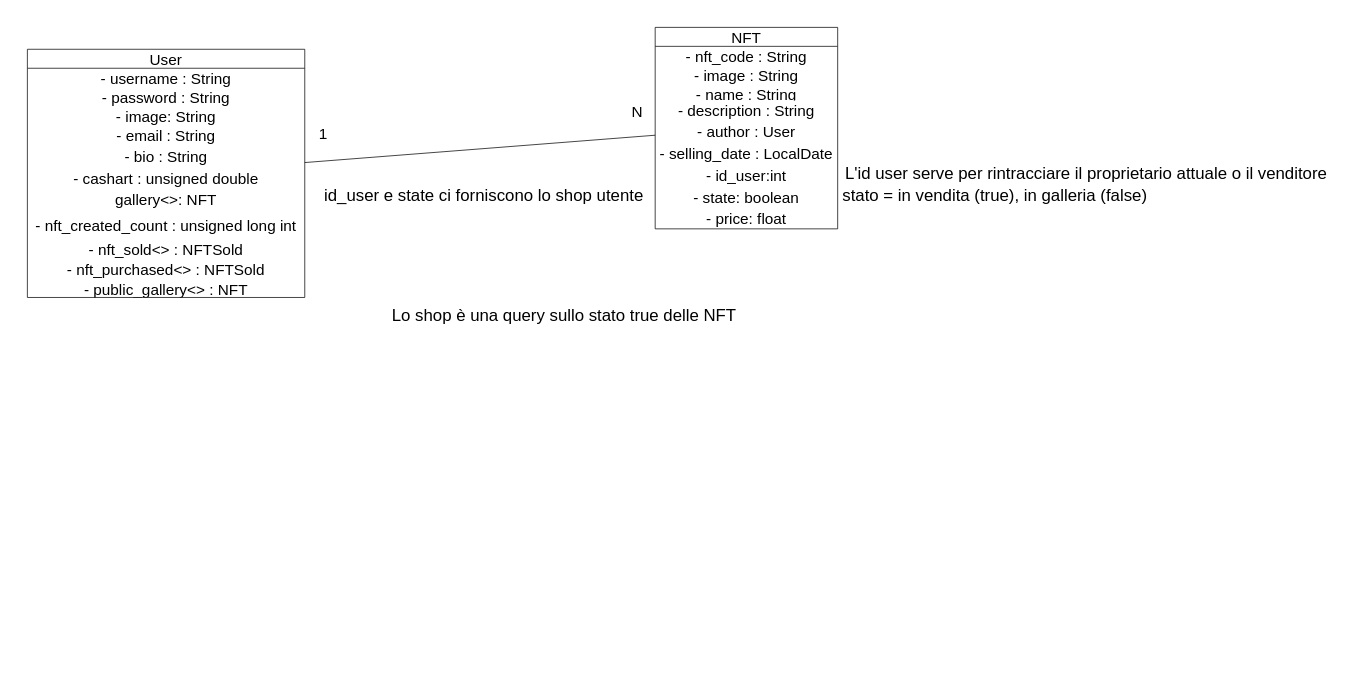
Earlier version of the draw.io diagram Documentazione/ServerDB.drawio (Pietroalex/Compravendita_NFT). Source tidied: cells renumbered, new cells numbered last; positions are measured from the earlier drawing's top-left corner, leaving out a move shared by most shapes. Both pictures are drawn from the tidied source at 73%, with x=0, y=0 at pixel (27, 27).
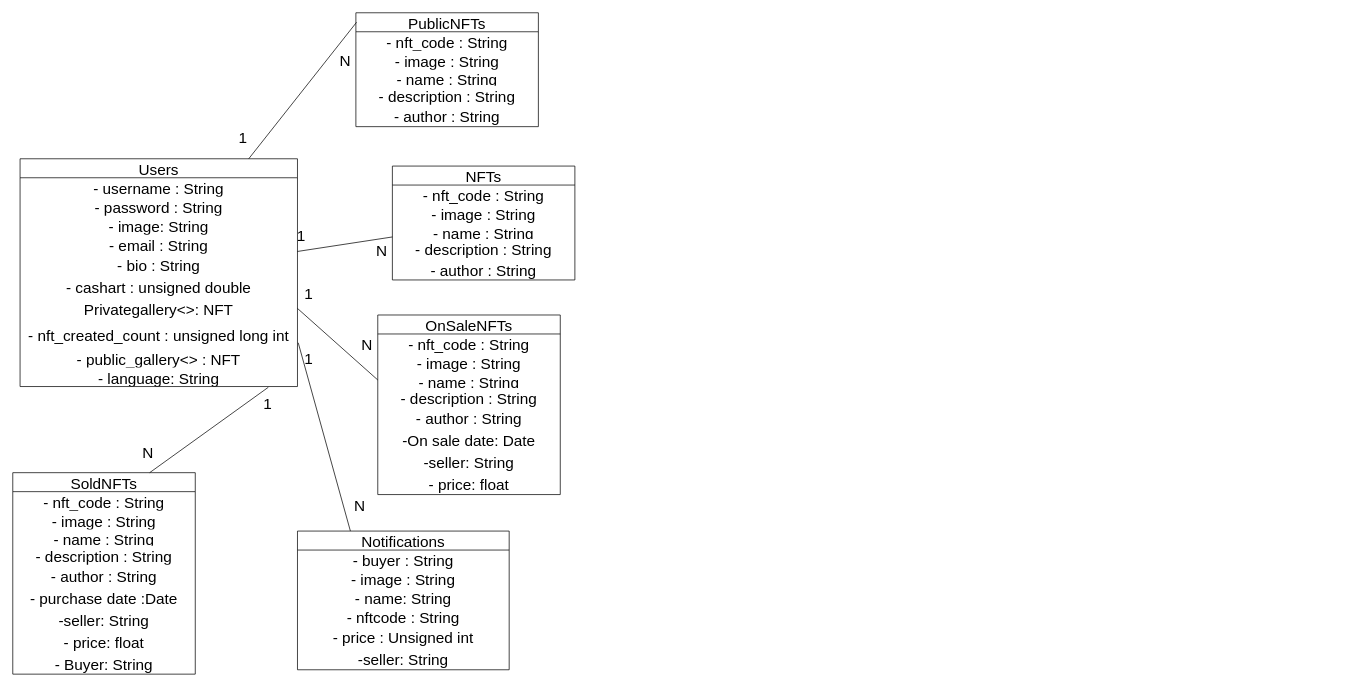
Above is the later version.

Diff of the diagram source:
```diff
@@
-    <mxCell id="2" value="User" style="swimlane;fontStyle=0;horizontal=1;startSize=26;fillColor=none;fontSize=21;labelPosition=center;verticalLabelPosition=middle;align=center;verticalAlign=middle;swimlaneLine=1;glass=0;rounded=0;shadow=0;sketch=0;spacing=2;" parent="1" vertex="1">
-      <mxGeometry y="30" width="380" height="340" as="geometry" />
+    <mxCell id="2" value="Users" style="swimlane;fontStyle=0;horizontal=1;startSize=26;fillColor=none;fontSize=21;labelPosition=center;verticalLabelPosition=middle;align=center;verticalAlign=middle;swimlaneLine=1;glass=0;rounded=0;shadow=0;sketch=0;spacing=2;" parent="1" vertex="1">
+      <mxGeometry x="-10" y="180" width="380" height="312" as="geometry" />
     </mxCell>
@@
-    <mxCell id="9" value="gallery&lt;&gt;: NFT" style="text;strokeColor=none;fillColor=none;spacingLeft=4;spacingRight=4;overflow=hidden;points=[[0,0.5],[1,0.5]];portConstraint=eastwest;fontSize=21;labelPosition=center;verticalLabelPosition=middle;align=center;verticalAlign=middle;swimlaneLine=1;glass=0;rounded=0;shadow=0;sketch=0;spacing=2;" parent="2" vertex="1">
+    <mxCell id="9" value="Privategallery&lt;&gt;: NFT" style="text;strokeColor=none;fillColor=none;spacingLeft=4;spacingRight=4;overflow=hidden;points=[[0,0.5],[1,0.5]];portConstraint=eastwest;fontSize=21;labelPosition=center;verticalLabelPosition=middle;align=center;verticalAlign=middle;swimlaneLine=1;glass=0;rounded=0;shadow=0;sketch=0;spacing=2;" parent="2" vertex="1">
       <mxGeometry y="190" width="380" height="30" as="geometry" />
     </mxCell>
@@
-    <mxCell id="11" value="- nft_sold&lt;&gt; : NFTSold" style="text;strokeColor=none;fillColor=none;align=center;verticalAlign=middle;spacingLeft=4;spacingRight=4;overflow=hidden;fontSize=21;labelPosition=center;verticalLabelPosition=middle;swimlaneLine=1;glass=0;rounded=0;shadow=0;sketch=0;spacing=2;" parent="2" vertex="1">
-      <mxGeometry y="260" width="380" height="26" as="geometry" />
-    </mxCell>
-    <mxCell id="12" value="- nft_purchased&lt;&gt; : NFTSold" style="text;strokeColor=none;fillColor=none;align=center;verticalAlign=middle;spacingLeft=4;spacingRight=4;overflow=hidden;fontSize=21;labelPosition=center;verticalLabelPosition=middle;swimlaneLine=1;glass=0;rounded=0;shadow=0;sketch=0;spacing=2;" parent="2" vertex="1">
-      <mxGeometry y="286" width="380" height="28" as="geometry" />
-    </mxCell>
     <mxCell id="13" value="- public_gallery&lt;&gt; : NFT" style="text;strokeColor=none;fillColor=none;align=center;verticalAlign=middle;spacingLeft=4;spacingRight=4;overflow=hidden;fontSize=21;labelPosition=center;verticalLabelPosition=middle;swimlaneLine=1;glass=0;rounded=0;shadow=0;sketch=0;spacing=2;" parent="2" vertex="1">
-      <mxGeometry y="314" width="380" height="26" as="geometry" />
+      <mxGeometry y="260" width="380" height="26" as="geometry" />
     </mxCell>
+    <mxCell id="31" value="- language: String" style="text;strokeColor=none;fillColor=none;align=center;verticalAlign=middle;spacingLeft=4;spacingRight=4;overflow=hidden;points=[[0,0.5],[1,0.5]];portConstraint=eastwest;fontSize=21;labelPosition=center;verticalLabelPosition=middle;swimlaneLine=1;glass=0;rounded=0;shadow=0;sketch=0;spacing=2;" parent="2" vertex="1">
+      <mxGeometry y="286" width="380" height="26" as="geometry" />
+    </mxCell>
-    <mxCell id="14" value="NFT" style="swimlane;fontStyle=0;horizontal=1;startSize=26;fillColor=none;fontSize=21;labelPosition=center;verticalLabelPosition=middle;align=center;verticalAlign=middle;" parent="1" vertex="1">
-      <mxGeometry x="860" width="250" height="276" as="geometry" />
+    <mxCell id="14" value="NFTs" style="swimlane;fontStyle=0;horizontal=1;startSize=26;fillColor=none;fontSize=21;labelPosition=center;verticalLabelPosition=middle;align=center;verticalAlign=middle;" parent="1" vertex="1">
+      <mxGeometry x="500" y="190" width="250" height="156" as="geometry" />
     </mxCell>
@@
-    <mxCell id="19" value="- author : User" style="text;strokeColor=none;fillColor=none;spacingLeft=4;spacingRight=4;overflow=hidden;fontSize=21;labelPosition=center;verticalLabelPosition=middle;align=center;verticalAlign=middle;" parent="14" vertex="1">
+    <mxCell id="19" value="- author : String" style="text;strokeColor=none;fillColor=none;spacingLeft=4;spacingRight=4;overflow=hidden;fontSize=21;labelPosition=center;verticalLabelPosition=middle;align=center;verticalAlign=middle;" parent="14" vertex="1">
       <mxGeometry y="126" width="250" height="30" as="geometry" />
     </mxCell>
-    <mxCell id="20" value="- selling_date : LocalDate" style="text;strokeColor=none;fillColor=none;spacingLeft=4;spacingRight=4;overflow=hidden;fontSize=21;labelPosition=center;verticalLabelPosition=middle;align=center;verticalAlign=middle;" parent="14" vertex="1">
-      <mxGeometry y="156" width="250" height="30" as="geometry" />
-    </mxCell>
-    <mxCell id="21" value="- id_user:int" style="text;strokeColor=none;fillColor=none;spacingLeft=4;spacingRight=4;overflow=hidden;fontSize=21;labelPosition=center;verticalLabelPosition=middle;align=center;verticalAlign=middle;" parent="14" vertex="1">
-      <mxGeometry y="186" width="250" height="30" as="geometry" />
-    </mxCell>
-    <mxCell id="22" value="- state: boolean" style="text;strokeColor=none;fillColor=none;spacingLeft=4;spacingRight=4;overflow=hidden;fontSize=21;labelPosition=center;verticalLabelPosition=middle;align=center;verticalAlign=middle;" parent="14" vertex="1">
-      <mxGeometry y="216" width="250" height="30" as="geometry" />
-    </mxCell>
-    <mxCell id="23" value="- price: float" style="text;strokeColor=none;fillColor=none;spacingLeft=4;spacingRight=4;overflow=hidden;fontSize=21;labelPosition=center;verticalLabelPosition=middle;align=center;verticalAlign=middle;" parent="14" vertex="1">
-      <mxGeometry y="246" width="250" height="30" as="geometry" />
-    </mxCell>
@@
     <mxCell id="25" value="1" style="text;html=1;align=center;verticalAlign=middle;strokeColor=none;fillColor=none;fontSize=21;labelPosition=center;verticalLabelPosition=middle;swimlaneLine=1;glass=0;rounded=0;shadow=0;sketch=0;spacing=2;" parent="1" vertex="1">
-      <mxGeometry x="390" y="130" width="30" height="30" as="geometry" />
+      <mxGeometry x="360" y="270" width="30" height="30" as="geometry" />
     </mxCell>
-    <mxCell id="26" value="stato = in vendita (true), in galleria (false)" style="text;html=1;align=center;verticalAlign=middle;strokeColor=none;fillColor=none;fontSize=23;" parent="1" vertex="1">
-      <mxGeometry x="1110" y="215" width="430" height="30" as="geometry" />
-    </mxCell>
-    <mxCell id="27" value="Lo shop è una query sullo stato true delle NFT" style="text;html=1;align=center;verticalAlign=middle;strokeColor=none;fillColor=none;fontSize=23;" parent="1" vertex="1">
-      <mxGeometry x="515" y="380" width="440" height="30" as="geometry" />
-    </mxCell>
-    <mxCell id="28" value="L'id user serve per rintracciare il proprietario attuale o il venditore" style="text;html=1;align=center;verticalAlign=middle;strokeColor=none;fillColor=none;fontSize=23;" parent="1" vertex="1">
-      <mxGeometry x="1110" y="185" width="680" height="30" as="geometry" />
-    </mxCell>
     <mxCell id="29" value="N" style="text;html=1;align=center;verticalAlign=middle;strokeColor=none;fillColor=none;fontSize=21;labelPosition=center;verticalLabelPosition=middle;swimlaneLine=1;glass=0;rounded=0;shadow=0;sketch=0;spacing=2;" parent="1" vertex="1">
-      <mxGeometry x="820" y="100" width="30" height="30" as="geometry" />
+      <mxGeometry x="470" y="290" width="30" height="30" as="geometry" />
     </mxCell>
-    <mxCell id="30" value="id_user e state ci forniscono lo shop utente" style="text;html=1;align=center;verticalAlign=middle;strokeColor=none;fillColor=none;fontSize=23;" parent="1" vertex="1">
-      <mxGeometry x="400" y="215" width="450" height="30" as="geometry" />
-    </mxCell>
+    <mxCell id="32" value="Notifications" style="swimlane;fontStyle=0;horizontal=1;startSize=26;fillColor=none;fontSize=21;labelPosition=center;verticalLabelPosition=middle;align=center;verticalAlign=middle;swimlaneLine=1;glass=0;rounded=0;shadow=0;sketch=0;spacing=2;" parent="1" vertex="1">
+      <mxGeometry x="370" y="690" width="290" height="190" as="geometry" />
+    </mxCell>
+    <mxCell id="33" value="- buyer : String" style="text;strokeColor=none;fillColor=none;align=center;verticalAlign=middle;spacingLeft=4;spacingRight=4;overflow=hidden;fontSize=21;labelPosition=center;verticalLabelPosition=middle;swimlaneLine=1;glass=0;rounded=0;shadow=0;sketch=0;spacing=2;" parent="32" vertex="1">
+      <mxGeometry y="26" width="290" height="26" as="geometry" />
+    </mxCell>
+    <mxCell id="34" value="- image : String" style="text;strokeColor=none;fillColor=none;align=center;verticalAlign=middle;spacingLeft=4;spacingRight=4;overflow=hidden;fontSize=21;labelPosition=center;verticalLabelPosition=middle;swimlaneLine=1;glass=0;rounded=0;shadow=0;sketch=0;spacing=2;" parent="32" vertex="1">
+      <mxGeometry y="52" width="290" height="26" as="geometry" />
+    </mxCell>
+    <mxCell id="35" value="- name: String" style="text;strokeColor=none;fillColor=none;align=center;verticalAlign=middle;spacingLeft=4;spacingRight=4;overflow=hidden;fontSize=21;labelPosition=center;verticalLabelPosition=middle;swimlaneLine=1;glass=0;rounded=0;shadow=0;sketch=0;spacing=2;" parent="32" vertex="1">
+      <mxGeometry y="78" width="290" height="26" as="geometry" />
+    </mxCell>
+    <mxCell id="36" value="- nftcode : String" style="text;strokeColor=none;fillColor=none;spacingLeft=4;spacingRight=4;overflow=hidden;fontSize=21;labelPosition=center;verticalLabelPosition=middle;align=center;verticalAlign=middle;swimlaneLine=1;glass=0;rounded=0;shadow=0;sketch=0;spacing=2;" parent="32" vertex="1">
+      <mxGeometry y="104" width="290" height="26" as="geometry" />
+    </mxCell>
+    <mxCell id="37" value="- price : Unsigned int" style="text;strokeColor=none;fillColor=none;spacingLeft=4;spacingRight=4;overflow=hidden;fontSize=21;labelPosition=center;verticalLabelPosition=middle;align=center;verticalAlign=middle;swimlaneLine=1;glass=0;rounded=0;shadow=0;sketch=0;spacing=2;" parent="32" vertex="1">
+      <mxGeometry y="130" width="290" height="30" as="geometry" />
+    </mxCell>
+    <mxCell id="38" value="-seller: String" style="text;strokeColor=none;fillColor=none;spacingLeft=4;spacingRight=4;overflow=hidden;fontSize=21;labelPosition=center;verticalLabelPosition=middle;align=center;verticalAlign=middle;swimlaneLine=1;glass=0;rounded=0;shadow=0;sketch=0;spacing=2;" parent="32" vertex="1">
+      <mxGeometry y="160" width="290" height="30" as="geometry" />
+    </mxCell>
+    <mxCell id="39" value="OnSaleNFTs" style="swimlane;fontStyle=0;horizontal=1;startSize=26;fillColor=none;fontSize=21;labelPosition=center;verticalLabelPosition=middle;align=center;verticalAlign=middle;" parent="1" vertex="1">
+      <mxGeometry x="480" y="394" width="250" height="246" as="geometry" />
+    </mxCell>
+    <mxCell id="40" value="- nft_code : String" style="text;strokeColor=none;fillColor=none;align=center;verticalAlign=middle;spacingLeft=4;spacingRight=4;overflow=hidden;fontSize=21;labelPosition=center;verticalLabelPosition=middle;" parent="39" vertex="1">
+      <mxGeometry y="26" width="250" height="26" as="geometry" />
+    </mxCell>
+    <mxCell id="41" value="- image : String" style="text;strokeColor=none;fillColor=none;align=center;verticalAlign=middle;spacingLeft=4;spacingRight=4;overflow=hidden;fontSize=21;labelPosition=center;verticalLabelPosition=middle;" parent="39" vertex="1">
+      <mxGeometry y="52" width="250" height="26" as="geometry" />
+    </mxCell>
+    <mxCell id="42" value="- name : String" style="text;strokeColor=none;fillColor=none;spacingLeft=4;spacingRight=4;overflow=hidden;points=[[0,0.5],[1,0.5]];portConstraint=eastwest;fontSize=21;labelPosition=center;verticalLabelPosition=middle;align=center;verticalAlign=middle;" parent="39" vertex="1">
+      <mxGeometry y="78" width="250" height="22" as="geometry" />
+    </mxCell>
+    <mxCell id="43" value="- description : String" style="text;strokeColor=none;fillColor=none;align=center;verticalAlign=middle;spacingLeft=4;spacingRight=4;overflow=hidden;fontSize=21;labelPosition=center;verticalLabelPosition=middle;" parent="39" vertex="1">
+      <mxGeometry y="100" width="250" height="26" as="geometry" />
+    </mxCell>
+    <mxCell id="44" value="- author : String" style="text;strokeColor=none;fillColor=none;spacingLeft=4;spacingRight=4;overflow=hidden;fontSize=21;labelPosition=center;verticalLabelPosition=middle;align=center;verticalAlign=middle;" parent="39" vertex="1">
+      <mxGeometry y="126" width="250" height="30" as="geometry" />
+    </mxCell>
+    <mxCell id="45" value="-On sale date: Date" style="text;strokeColor=none;fillColor=none;spacingLeft=4;spacingRight=4;overflow=hidden;fontSize=21;labelPosition=center;verticalLabelPosition=middle;align=center;verticalAlign=middle;" parent="39" vertex="1">
+      <mxGeometry y="156" width="250" height="30" as="geometry" />
+    </mxCell>
+    <mxCell id="46" value="-seller: String" style="text;strokeColor=none;fillColor=none;spacingLeft=4;spacingRight=4;overflow=hidden;fontSize=21;labelPosition=center;verticalLabelPosition=middle;align=center;verticalAlign=middle;" parent="39" vertex="1">
+      <mxGeometry y="186" width="250" height="30" as="geometry" />
+    </mxCell>
+    <mxCell id="47" value="- price: float" style="text;strokeColor=none;fillColor=none;spacingLeft=4;spacingRight=4;overflow=hidden;fontSize=21;labelPosition=center;verticalLabelPosition=middle;align=center;verticalAlign=middle;" parent="39" vertex="1">
+      <mxGeometry y="216" width="250" height="30" as="geometry" />
+    </mxCell>
+    <mxCell id="48" value="PublicNFTs" style="swimlane;fontStyle=0;horizontal=1;startSize=26;fillColor=none;fontSize=21;labelPosition=center;verticalLabelPosition=middle;align=center;verticalAlign=middle;" parent="1" vertex="1">
+      <mxGeometry x="450" y="-20" width="250" height="156" as="geometry" />
+    </mxCell>
+    <mxCell id="49" value="- nft_code : String" style="text;strokeColor=none;fillColor=none;align=center;verticalAlign=middle;spacingLeft=4;spacingRight=4;overflow=hidden;fontSize=21;labelPosition=center;verticalLabelPosition=middle;" parent="48" vertex="1">
+      <mxGeometry y="26" width="250" height="26" as="geometry" />
+    </mxCell>
+    <mxCell id="50" value="- image : String" style="text;strokeColor=none;fillColor=none;align=center;verticalAlign=middle;spacingLeft=4;spacingRight=4;overflow=hidden;fontSize=21;labelPosition=center;verticalLabelPosition=middle;" parent="48" vertex="1">
+      <mxGeometry y="52" width="250" height="26" as="geometry" />
+    </mxCell>
+    <mxCell id="51" value="- name : String" style="text;strokeColor=none;fillColor=none;spacingLeft=4;spacingRight=4;overflow=hidden;fontSize=21;labelPosition=center;verticalLabelPosition=middle;align=center;verticalAlign=middle;" parent="48" vertex="1">
+      <mxGeometry y="78" width="250" height="22" as="geometry" />
+    </mxCell>
+    <mxCell id="52" value="- description : String" style="text;strokeColor=none;fillColor=none;align=center;verticalAlign=middle;spacingLeft=4;spacingRight=4;overflow=hidden;fontSize=21;labelPosition=center;verticalLabelPosition=middle;" parent="48" vertex="1">
+      <mxGeometry y="100" width="250" height="26" as="geometry" />
+    </mxCell>
+    <mxCell id="53" value="- author : String" style="text;strokeColor=none;fillColor=none;spacingLeft=4;spacingRight=4;overflow=hidden;fontSize=21;labelPosition=center;verticalLabelPosition=middle;align=center;verticalAlign=middle;" parent="48" vertex="1">
+      <mxGeometry y="126" width="250" height="30" as="geometry" />
+    </mxCell>
+    <mxCell id="54" value="SoldNFTs" style="swimlane;fontStyle=0;horizontal=1;startSize=26;fillColor=none;fontSize=21;labelPosition=center;verticalLabelPosition=middle;align=center;verticalAlign=middle;" parent="1" vertex="1">
+      <mxGeometry x="-20" y="610" width="250" height="276" as="geometry" />
+    </mxCell>
+    <mxCell id="55" value="- nft_code : String" style="text;strokeColor=none;fillColor=none;align=center;verticalAlign=middle;spacingLeft=4;spacingRight=4;overflow=hidden;fontSize=21;labelPosition=center;verticalLabelPosition=middle;" parent="54" vertex="1">
+      <mxGeometry y="26" width="250" height="26" as="geometry" />
+    </mxCell>
+    <mxCell id="56" value="- image : String" style="text;strokeColor=none;fillColor=none;align=center;verticalAlign=middle;spacingLeft=4;spacingRight=4;overflow=hidden;fontSize=21;labelPosition=center;verticalLabelPosition=middle;" parent="54" vertex="1">
+      <mxGeometry y="52" width="250" height="26" as="geometry" />
+    </mxCell>
+    <mxCell id="57" value="- name : String" style="text;strokeColor=none;fillColor=none;spacingLeft=4;spacingRight=4;overflow=hidden;fontSize=21;labelPosition=center;verticalLabelPosition=middle;align=center;verticalAlign=middle;" parent="54" vertex="1">
+      <mxGeometry y="78" width="250" height="22" as="geometry" />
+    </mxCell>
+    <mxCell id="58" value="- description : String" style="text;strokeColor=none;fillColor=none;align=center;verticalAlign=middle;spacingLeft=4;spacingRight=4;overflow=hidden;fontSize=21;labelPosition=center;verticalLabelPosition=middle;" parent="54" vertex="1">
+      <mxGeometry y="100" width="250" height="26" as="geometry" />
+    </mxCell>
+    <mxCell id="59" value="- author : String" style="text;strokeColor=none;fillColor=none;spacingLeft=4;spacingRight=4;overflow=hidden;fontSize=21;labelPosition=center;verticalLabelPosition=middle;align=center;verticalAlign=middle;" parent="54" vertex="1">
+      <mxGeometry y="126" width="250" height="30" as="geometry" />
+    </mxCell>
+    <mxCell id="60" value="- purchase date :Date" style="text;strokeColor=none;fillColor=none;spacingLeft=4;spacingRight=4;overflow=hidden;fontSize=21;labelPosition=center;verticalLabelPosition=middle;align=center;verticalAlign=middle;" parent="54" vertex="1">
+      <mxGeometry y="156" width="250" height="30" as="geometry" />
+    </mxCell>
+    <mxCell id="61" value="-seller: String" style="text;strokeColor=none;fillColor=none;spacingLeft=4;spacingRight=4;overflow=hidden;fontSize=21;labelPosition=center;verticalLabelPosition=middle;align=center;verticalAlign=middle;" parent="54" vertex="1">
+      <mxGeometry y="186" width="250" height="30" as="geometry" />
+    </mxCell>
+    <mxCell id="62" value="- price: float" style="text;strokeColor=none;fillColor=none;spacingLeft=4;spacingRight=4;overflow=hidden;fontSize=21;labelPosition=center;verticalLabelPosition=middle;align=center;verticalAlign=middle;" parent="54" vertex="1">
+      <mxGeometry y="216" width="250" height="30" as="geometry" />
+    </mxCell>
+    <mxCell id="63" value="- Buyer: String" style="text;strokeColor=none;fillColor=none;spacingLeft=4;spacingRight=4;overflow=hidden;fontSize=21;labelPosition=center;verticalLabelPosition=middle;align=center;verticalAlign=middle;" parent="54" vertex="1">
+      <mxGeometry y="246" width="250" height="30" as="geometry" />
+    </mxCell>
+    <mxCell id="64" style="endArrow=none;html=1;rounded=0;fontSize=21;labelPosition=center;verticalLabelPosition=middle;align=center;verticalAlign=middle;entryX=0.033;entryY=1.067;entryDx=0;entryDy=0;exitX=0.25;exitY=0;exitDx=0;exitDy=0;entryPerimeter=0;" parent="1" edge="1" source="32">
+      <mxGeometry relative="1" as="geometry">
+        <mxPoint x="371" y="432" as="targetPoint" />
+      </mxGeometry>
+    </mxCell>
+    <mxCell id="65" value="N" style="text;html=1;align=center;verticalAlign=middle;strokeColor=none;fillColor=none;fontSize=21;labelPosition=center;verticalLabelPosition=middle;swimlaneLine=1;glass=0;rounded=0;shadow=0;sketch=0;spacing=2;" parent="1" vertex="1">
+      <mxGeometry x="150" y="567" width="30" height="30" as="geometry" />
+    </mxCell>
+    <mxCell id="66" style="endArrow=none;html=1;rounded=0;fontSize=21;labelPosition=center;verticalLabelPosition=middle;align=center;verticalAlign=middle;exitX=0.004;exitY=0.083;exitDx=0;exitDy=0;exitPerimeter=0;" parent="1" edge="1" source="48" target="2">
+      <mxGeometry relative="1" as="geometry" />
+    </mxCell>
+    <mxCell id="67" value="1" style="text;html=1;align=center;verticalAlign=middle;strokeColor=none;fillColor=none;fontSize=21;labelPosition=center;verticalLabelPosition=middle;swimlaneLine=1;glass=0;rounded=0;shadow=0;sketch=0;spacing=2;" parent="1" vertex="1">
+      <mxGeometry x="280" y="136" width="30" height="30" as="geometry" />
+    </mxCell>
+    <mxCell id="68" value="N" style="text;html=1;align=center;verticalAlign=middle;strokeColor=none;fillColor=none;fontSize=21;labelPosition=center;verticalLabelPosition=middle;swimlaneLine=1;glass=0;rounded=0;shadow=0;sketch=0;spacing=2;" parent="1" vertex="1">
+      <mxGeometry x="420" y="30" width="30" height="30" as="geometry" />
+    </mxCell>
+    <mxCell id="69" style="endArrow=none;html=1;rounded=0;fontSize=21;labelPosition=center;verticalLabelPosition=middle;align=center;verticalAlign=middle;exitX=0.895;exitY=1.038;exitDx=0;exitDy=0;entryX=0.75;entryY=0;entryDx=0;entryDy=0;exitPerimeter=0;" parent="1" edge="1" source="31" target="54">
+      <mxGeometry relative="1" as="geometry" />
+    </mxCell>
+    <mxCell id="70" value="1" style="text;html=1;align=center;verticalAlign=middle;strokeColor=none;fillColor=none;fontSize=21;labelPosition=center;verticalLabelPosition=middle;swimlaneLine=1;glass=0;rounded=0;shadow=0;sketch=0;spacing=2;" parent="1" vertex="1">
+      <mxGeometry x="314" y="500" width="30" height="30" as="geometry" />
+    </mxCell>
+    <mxCell id="71" value="1" style="text;html=1;align=center;verticalAlign=middle;strokeColor=none;fillColor=none;fontSize=21;labelPosition=center;verticalLabelPosition=middle;swimlaneLine=1;glass=0;rounded=0;shadow=0;sketch=0;spacing=2;" parent="1" vertex="1">
+      <mxGeometry x="370" y="438" width="30" height="30" as="geometry" />
+    </mxCell>
+    <mxCell id="72" style="endArrow=none;html=1;rounded=0;fontSize=21;labelPosition=center;verticalLabelPosition=middle;align=center;verticalAlign=middle;exitX=0;exitY=0.5;exitDx=0;exitDy=0;entryX=1;entryY=0.5;entryDx=0;entryDy=0;" parent="1" edge="1" source="42" target="9">
+      <mxGeometry relative="1" as="geometry" />
+    </mxCell>
+    <mxCell id="73" value="1" style="text;html=1;align=center;verticalAlign=middle;strokeColor=none;fillColor=none;fontSize=21;labelPosition=center;verticalLabelPosition=middle;swimlaneLine=1;glass=0;rounded=0;shadow=0;sketch=0;spacing=2;" parent="1" vertex="1">
+      <mxGeometry x="370" y="350" width="30" height="30" as="geometry" />
+    </mxCell>
+    <mxCell id="74" value="N" style="text;html=1;align=center;verticalAlign=middle;strokeColor=none;fillColor=none;fontSize=21;labelPosition=center;verticalLabelPosition=middle;swimlaneLine=1;glass=0;rounded=0;shadow=0;sketch=0;spacing=2;" parent="1" vertex="1">
+      <mxGeometry x="450" y="420" width="30" height="30" as="geometry" />
+    </mxCell>
+    <mxCell id="75" value="N" style="text;html=1;align=center;verticalAlign=middle;strokeColor=none;fillColor=none;fontSize=21;labelPosition=center;verticalLabelPosition=middle;swimlaneLine=1;glass=0;rounded=0;shadow=0;sketch=0;spacing=2;" parent="1" vertex="1">
+      <mxGeometry x="440" y="640" width="30" height="30" as="geometry" />
+    </mxCell>
```
